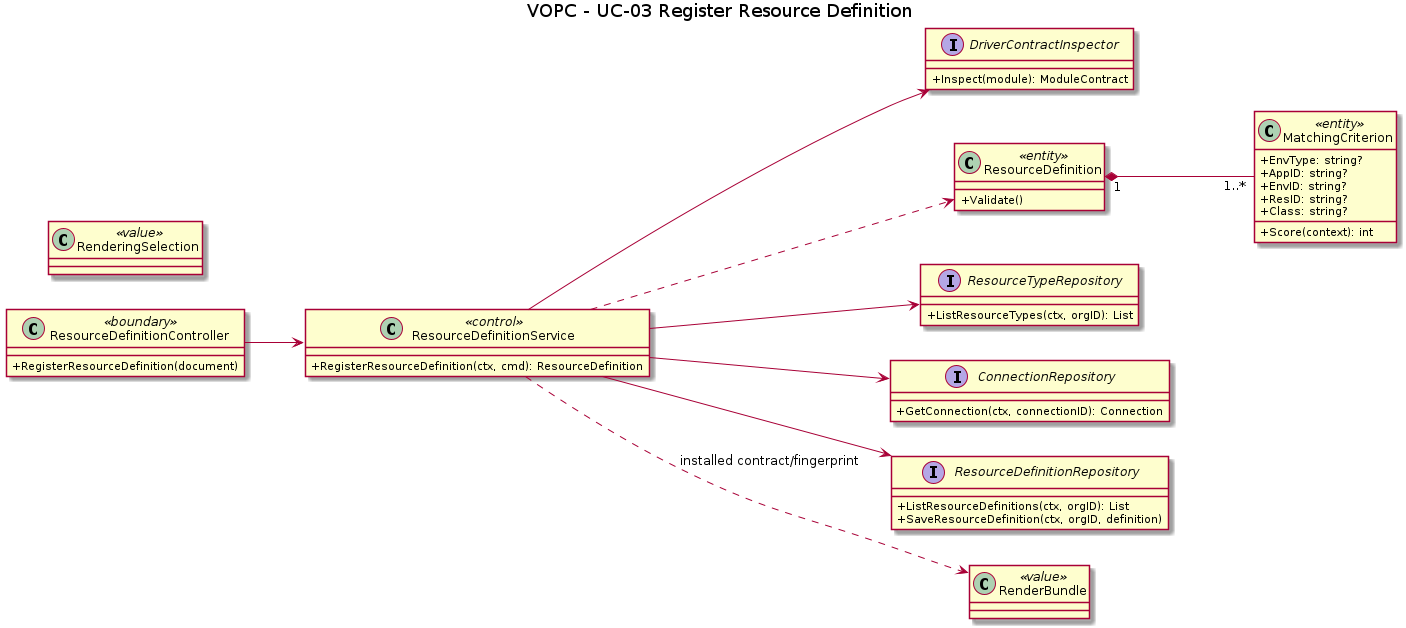
Earlier version of the PlantUML export orchestrator_docs/usecase/UC-03/vopc.png (pr3s3nt/poc). Its source is kept beside it as orchestrator_docs/usecase/UC-03/vopc.puml.
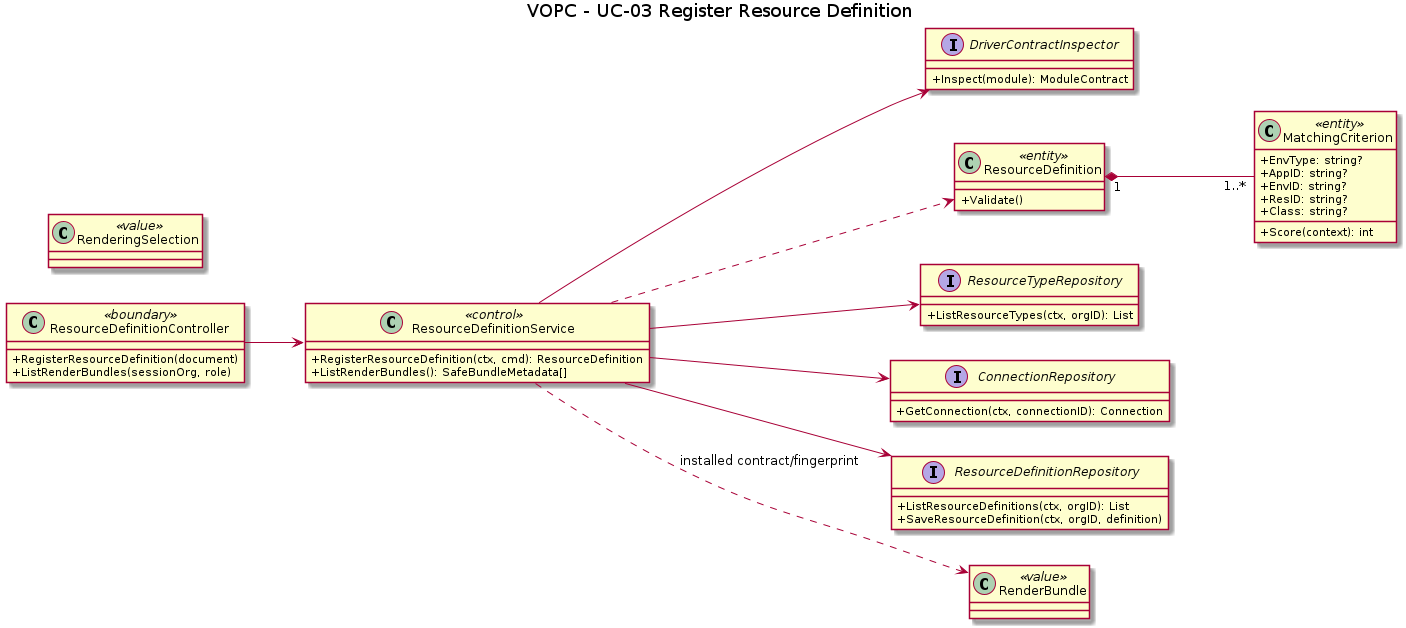
The same file after the commit.

Change to the diagram source:
```diff
@@ -4,9 +4,11 @@
 skinparam classAttributeIconSize 0
 class ResourceDefinitionController <<boundary>> {
   +RegisterResourceDefinition(document)
+  +ListRenderBundles(sessionOrg, role)
 }
 class ResourceDefinitionService <<control>> {
   +RegisterResourceDefinition(ctx, cmd): ResourceDefinition
+  +ListRenderBundles(): SafeBundleMetadata[]
 }
 interface DriverContractInspector {
   +Inspect(module): ModuleContract
```
